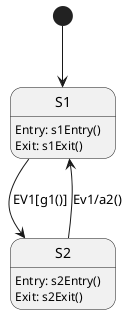
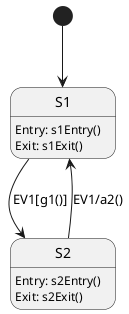

@startuml

[*] --> S1

state S1 {
    S1:Entry: s1Entry()
    S1:Exit: s1Exit()
}

state S2 {
    S2:Entry: s2Entry()
    S2:Exit: s2Exit()
}

S1 --> S2 : EV1[g1()]
- S2 --> S1 : Ev1/a2()
+ S2 --> S1 : EV1/a2()

@enduml
